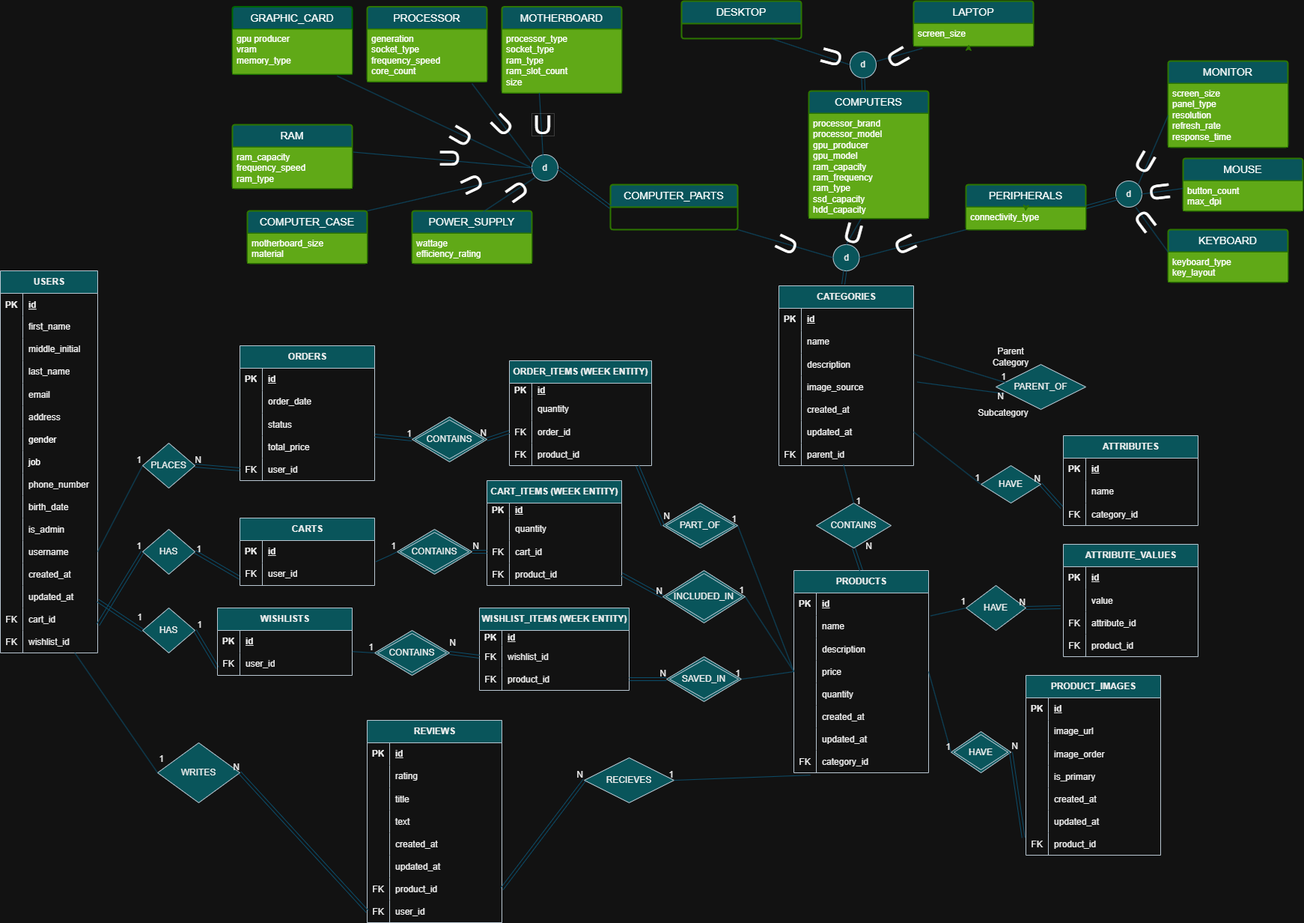
g4stlyx/e_commerce_dbms_project keeps this draw.io diagram as eer diagrams/e_commerce_dbms_eer4-after-.png. Above is the earlier version. Source tidied: cells renumbered, new cells last; positions are measured from the earlier drawing's top-left corner, leaving out a move shared by most shapes.
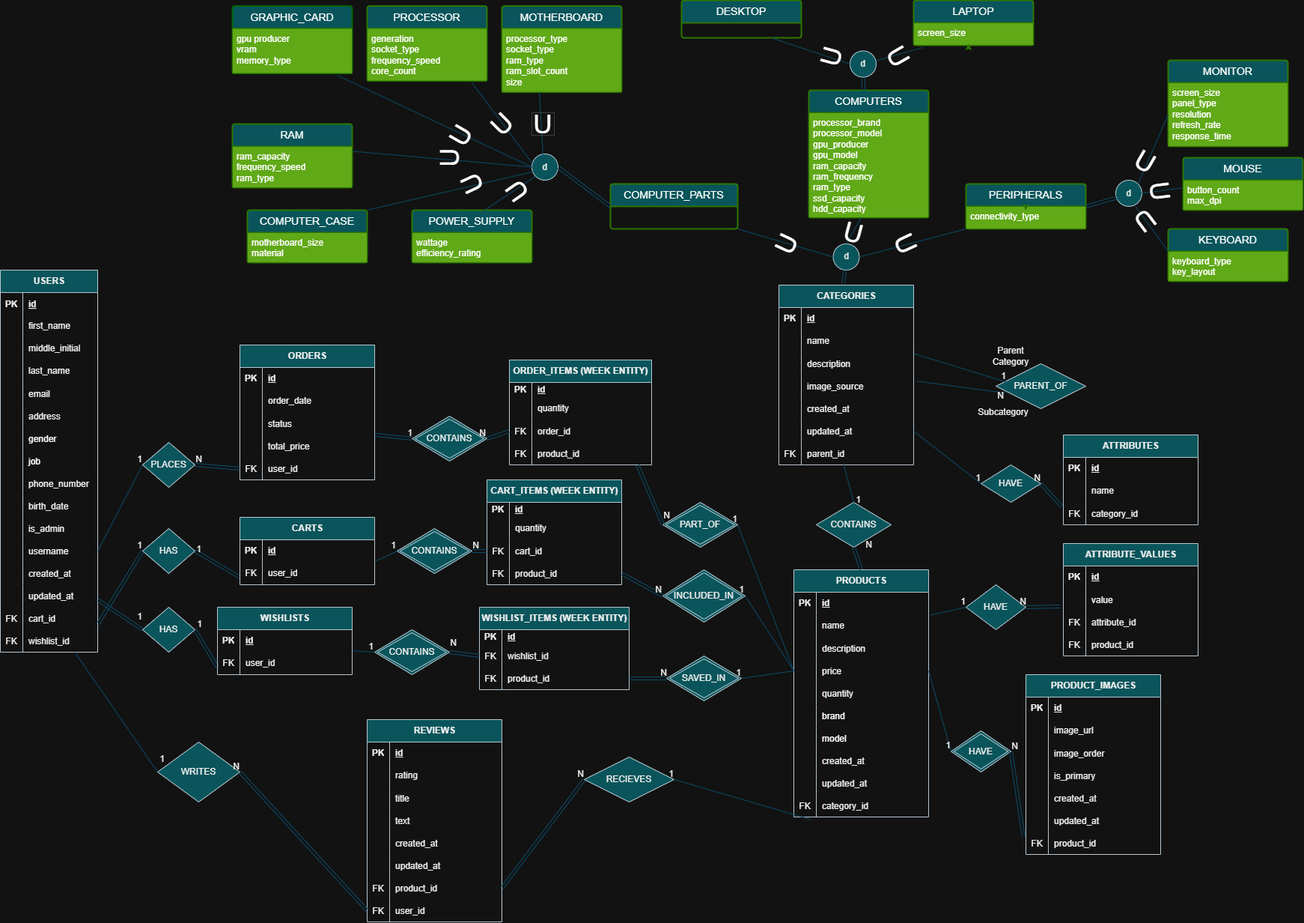
After the change.

Commit message:
uml structure

Change to the diagram source:
```diff
@@ -468,7 +468,7 @@
       <mxGeometry x="1" relative="1" as="geometry" />
     </mxCell>
     <mxCell id="149" value="PRODUCTS" style="shape=table;startSize=30;rowLines=0;fontStyle=1;align=center;html=1;labelBackgroundColor=none;fillColor=#09555B;strokeColor=#BAC8D3;fontColor=#EEEEEE;" parent="1" vertex="1">
-      <mxGeometry x="1060" y="760" width="180" height="270" as="geometry" />
+      <mxGeometry x="1060" y="760" width="180" height="330" as="geometry" />
     </mxCell>
     <mxCell id="150" style="shape=tableRow;horizontal=0;startSize=0;swimlaneHead=0;swimlaneBody=0;fillColor=none;top=0;left=0;right=0;bottom=0;labelBackgroundColor=none;strokeColor=#BAC8D3;fontColor=#EEEEEE;" parent="149" vertex="1">
       <mxGeometry y="30" width="180" height="30" as="geometry" />
@@ -515,8 +515,26 @@
     <mxCell id="164" value="quantity" style="shape=partialRectangle;fillColor=none;top=0;left=0;bottom=0;right=0;align=left;spacingLeft=6;overflow=hidden;labelBackgroundColor=none;strokeColor=#BAC8D3;fontColor=#EEEEEE;" parent="162" vertex="1">
       <mxGeometry x="30" width="150" height="30" as="geometry" />
     </mxCell>
+    <mxCell id="397" style="shape=tableRow;horizontal=0;startSize=0;swimlaneHead=0;swimlaneBody=0;fillColor=none;top=0;left=0;right=0;bottom=0;" parent="149" vertex="1">
+      <mxGeometry y="180" width="180" height="30" as="geometry" />
+    </mxCell>
+    <mxCell id="398" style="shape=partialRectangle;fillColor=none;top=0;left=0;bottom=0;right=0;overflow=hidden;" parent="397" vertex="1">
+      <mxGeometry width="30" height="30" as="geometry" />
+    </mxCell>
+    <mxCell id="399" value="brand" style="shape=partialRectangle;fillColor=none;top=0;left=0;bottom=0;right=0;align=left;spacingLeft=6;overflow=hidden;" parent="397" vertex="1">
+      <mxGeometry x="30" width="150" height="30" as="geometry" />
+    </mxCell>
+    <mxCell id="400" style="shape=tableRow;horizontal=0;startSize=0;swimlaneHead=0;swimlaneBody=0;fillColor=none;top=0;left=0;right=0;bottom=0;" parent="149" vertex="1">
+      <mxGeometry y="210" width="180" height="30" as="geometry" />
+    </mxCell>
+    <mxCell id="401" style="shape=partialRectangle;fillColor=none;top=0;left=0;bottom=0;right=0;overflow=hidden;" parent="400" vertex="1">
+      <mxGeometry width="30" height="30" as="geometry" />
+    </mxCell>
+    <mxCell id="402" value="model" style="shape=partialRectangle;fillColor=none;top=0;left=0;bottom=0;right=0;align=left;spacingLeft=6;overflow=hidden;" parent="400" vertex="1">
+      <mxGeometry x="30" width="150" height="30" as="geometry" />
+    </mxCell>
     <mxCell id="165" style="shape=tableRow;horizontal=0;startSize=0;swimlaneHead=0;swimlaneBody=0;fillColor=none;top=0;left=0;right=0;bottom=0;labelBackgroundColor=none;strokeColor=#BAC8D3;fontColor=#EEEEEE;" parent="149" vertex="1">
-      <mxGeometry y="180" width="180" height="30" as="geometry" />
+      <mxGeometry y="240" width="180" height="30" as="geometry" />
     </mxCell>
     <mxCell id="166" style="shape=partialRectangle;fillColor=none;top=0;left=0;bottom=0;right=0;overflow=hidden;labelBackgroundColor=none;strokeColor=#BAC8D3;fontColor=#EEEEEE;" parent="165" vertex="1">
       <mxGeometry width="30" height="30" as="geometry" />
@@ -525,7 +543,7 @@
       <mxGeometry x="30" width="150" height="30" as="geometry" />
     </mxCell>
     <mxCell id="168" style="shape=tableRow;horizontal=0;startSize=0;swimlaneHead=0;swimlaneBody=0;fillColor=none;top=0;left=0;right=0;bottom=0;labelBackgroundColor=none;strokeColor=#BAC8D3;fontColor=#EEEEEE;" parent="149" vertex="1">
-      <mxGeometry y="210" width="180" height="30" as="geometry" />
+      <mxGeometry y="270" width="180" height="30" as="geometry" />
     </mxCell>
     <mxCell id="169" style="shape=partialRectangle;fillColor=none;top=0;left=0;bottom=0;right=0;overflow=hidden;labelBackgroundColor=none;strokeColor=#BAC8D3;fontColor=#EEEEEE;" parent="168" vertex="1">
       <mxGeometry width="30" height="30" as="geometry" />
@@ -534,7 +552,7 @@
       <mxGeometry x="30" width="150" height="30" as="geometry" />
     </mxCell>
     <mxCell id="171" style="shape=tableRow;horizontal=0;startSize=0;swimlaneHead=0;swimlaneBody=0;fillColor=none;points=[[0,0.5],[1,0.5]];portConstraint=eastwest;top=0;left=0;right=0;bottom=0;labelBackgroundColor=none;strokeColor=#BAC8D3;fontColor=#EEEEEE;" parent="149" vertex="1">
-      <mxGeometry y="240" width="180" height="30" as="geometry" />
+      <mxGeometry y="300" width="180" height="30" as="geometry" />
     </mxCell>
     <mxCell id="172" value="FK" style="shape=partialRectangle;fillColor=none;top=0;left=0;bottom=0;right=0;overflow=hidden;labelBackgroundColor=none;strokeColor=#BAC8D3;fontColor=#EEEEEE;" parent="171" vertex="1">
       <mxGeometry width="30" height="30" as="geometry" />
```
